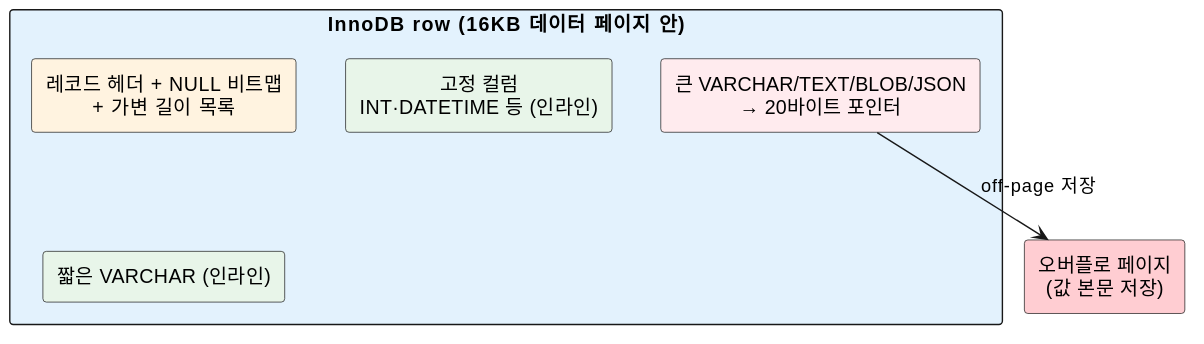
This is static/img/c4/pu-mysql-row-layout.svg from johnycho/johny-dev, a PlantUML export, as it was before one commit.
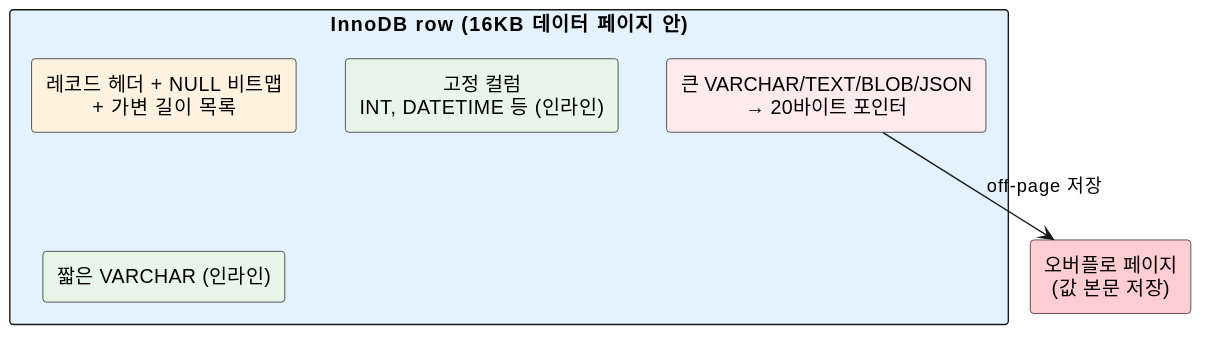
The same diagram one commit later.

The edit, as a diff of the source:
```diff
@@ -4,7 +4,7 @@
 
 rectangle "InnoDB row (16KB 데이터 페이지 안)" as ROW #E3F2FD {
   rectangle "레코드 헤더 + NULL 비트맵\n+ 가변 길이 목록" as H #FFF3E0
-  rectangle "고정 컬럼\nINT·DATETIME 등 (인라인)" as F #E8F5E9
+  rectangle "고정 컬럼\nINT, DATETIME 등 (인라인)" as F #E8F5E9
   rectangle "짧은 VARCHAR (인라인)" as V #E8F5E9
   rectangle "큰 VARCHAR/TEXT/BLOB/JSON\n→ 20바이트 포인터" as P #FFEBEE
 }
```
